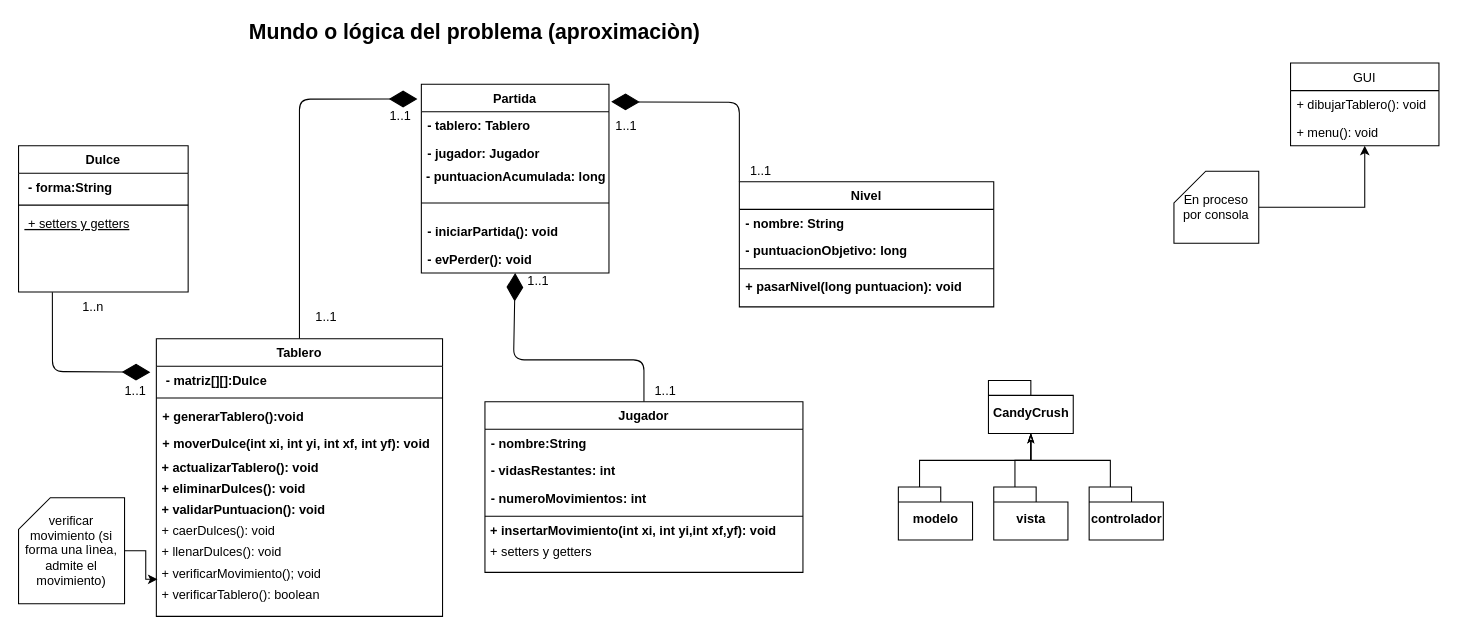
JeanCarlos911/candy-crush keeps this draw.io diagram as Model/CandyCrush.drawio. Above is the earlier version. Source tidied: cells renumbered, new cells numbered last; positions are measured from the earlier drawing's top-left corner, leaving out a move shared by most shapes. Both pictures are drawn from the tidied source at 106%, with x=0, y=0 at pixel (18, 20).
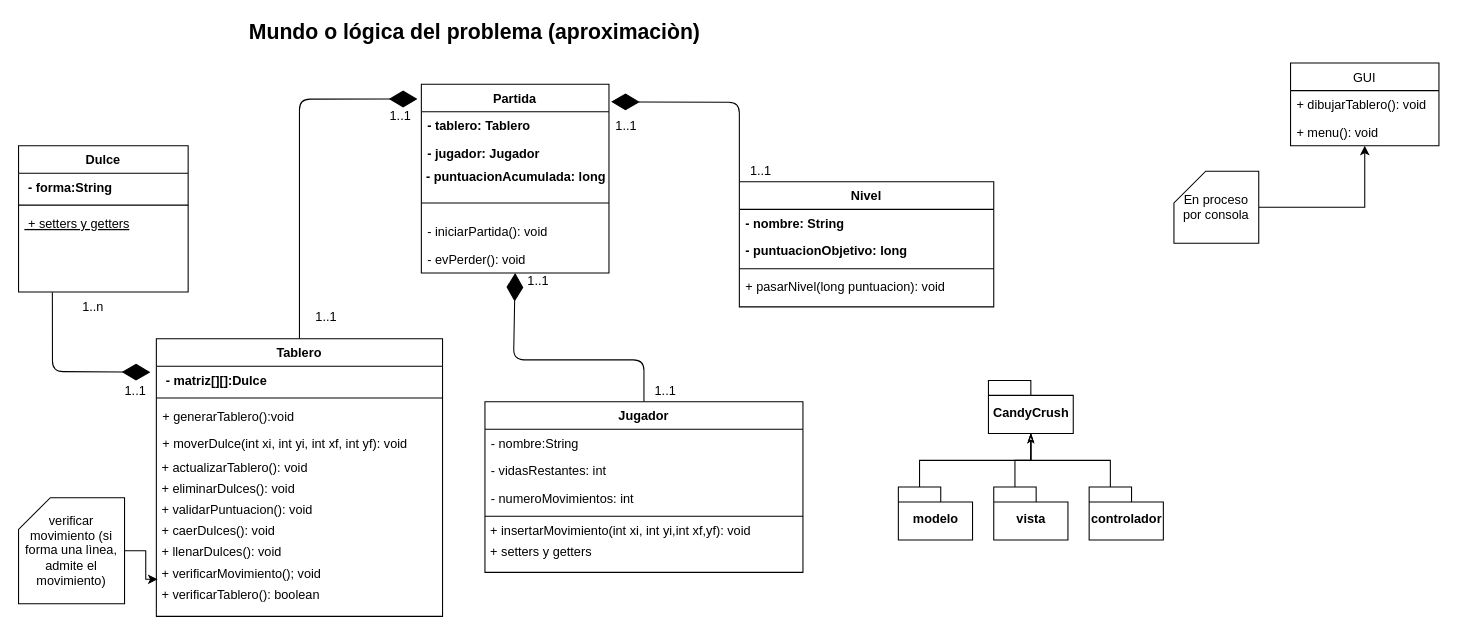
The same diagram, later.

Commit message:
sin negrilla

Unchanged cells that the change refers to:
```xml
<mxCell id="3" value="Partida" style="swimlane;fontStyle=1;align=center;verticalAlign=top;horizontal=1;startSize=26;rounded=0;shadow=0;strokeWidth=1;" parent="1" vertex="1">
  <mxGeometry x="380" y="60" width="177" height="178" as="geometry" />
</mxCell>
<mxCell id="24" value="Tablero&#10;" style="swimlane;fontStyle=1;align=center;verticalAlign=top;horizontal=1;startSize=26;rounded=0;shadow=0;strokeWidth=1;" parent="1" vertex="1">
  <mxGeometry x="130" y="300" width="270" height="262" as="geometry" />
</mxCell>
<mxCell id="36" value="Jugador" style="swimlane;fontStyle=1;align=center;verticalAlign=top;horizontal=1;startSize=26;rounded=0;shadow=0;strokeWidth=1;" parent="1" vertex="1">
  <mxGeometry x="440" y="359.5" width="300" height="161" as="geometry" />
</mxCell>
<mxCell id="59" value="Nivel" style="swimlane;fontStyle=1;align=center;verticalAlign=top;horizontal=1;startSize=26;rounded=0;shadow=0;strokeWidth=1;" parent="1" vertex="1">
  <mxGeometry x="680" y="152" width="240" height="118" as="geometry" />
</mxCell>
```

Change to the diagram source:
```diff
@@
-    <mxCell id="8" value="- iniciarPartida(): void" style="text;align=left;verticalAlign=top;spacingLeft=4;spacingRight=4;overflow=hidden;fontStyle=1;" parent="3" vertex="1">
+    <mxCell id="8" value="- iniciarPartida(): void" style="text;align=left;verticalAlign=top;spacingLeft=4;spacingRight=4;overflow=hidden;fontStyle=0;" parent="3" vertex="1">
       <mxGeometry y="126" width="177" height="26" as="geometry" />
     </mxCell>
-    <mxCell id="9" value="- evPerder(): void" style="text;align=left;verticalAlign=top;spacingLeft=4;spacingRight=4;overflow=hidden;fontStyle=1;" parent="3" vertex="1">
+    <mxCell id="9" value="- evPerder(): void" style="text;align=left;verticalAlign=top;spacingLeft=4;spacingRight=4;overflow=hidden;fontStyle=0;" parent="3" vertex="1">
       <mxGeometry y="152" width="177" height="26" as="geometry" />
     </mxCell>
@@
-    <mxCell id="27" value="+ generarTablero():void" style="text;align=left;verticalAlign=top;spacingLeft=4;spacingRight=4;overflow=hidden;fontStyle=1;" parent="24" vertex="1">
+    <mxCell id="27" value="+ generarTablero():void" style="text;align=left;verticalAlign=top;spacingLeft=4;spacingRight=4;overflow=hidden;fontStyle=0;" parent="24" vertex="1">
       <mxGeometry y="60" width="270" height="26" as="geometry" />
     </mxCell>
-    <mxCell id="28" value="+ moverDulce(int xi, int yi, int xf, int yf): void" style="text;align=left;verticalAlign=top;spacingLeft=4;spacingRight=4;overflow=hidden;fontStyle=1;" parent="24" vertex="1">
+    <mxCell id="28" value="+ moverDulce(int xi, int yi, int xf, int yf): void" style="text;align=left;verticalAlign=top;spacingLeft=4;spacingRight=4;overflow=hidden;fontStyle=0;" parent="24" vertex="1">
       <mxGeometry y="86" width="270" height="26" as="geometry" />
     </mxCell>
-    <mxCell id="29" value="&lt;b&gt;&amp;nbsp;+ actualizarTablero(): void&lt;/b&gt;" style="text;html=1;align=left;verticalAlign=middle;" parent="24" vertex="1">
+    <mxCell id="29" value="&amp;nbsp;+ actualizarTablero(): void" style="text;html=1;align=left;verticalAlign=middle;" parent="24" vertex="1">
       <mxGeometry y="112" width="270" height="20" as="geometry" />
     </mxCell>
-    <mxCell id="30" value="&lt;b&gt;&amp;nbsp;+ eliminarDulces(): void&lt;/b&gt;" style="text;html=1;align=left;verticalAlign=middle;" parent="24" vertex="1">
+    <mxCell id="30" value="&amp;nbsp;+ eliminarDulces(): void" style="text;html=1;align=left;verticalAlign=middle;" parent="24" vertex="1">
       <mxGeometry y="132" width="270" height="20" as="geometry" />
     </mxCell>
-    <mxCell id="31" value="&lt;b&gt;&amp;nbsp;+ validarPuntuacion(): void&lt;/b&gt;" style="text;html=1;align=left;verticalAlign=middle;" parent="24" vertex="1">
+    <mxCell id="31" value="&amp;nbsp;+ validarPuntuacion(): void" style="text;html=1;align=left;verticalAlign=middle;" parent="24" vertex="1">
       <mxGeometry y="152" width="270" height="20" as="geometry" />
     </mxCell>
@@
-    <mxCell id="37" value="- nombre:String" style="text;align=left;verticalAlign=top;spacingLeft=4;spacingRight=4;overflow=hidden;fontStyle=1;" parent="36" vertex="1">
+    <mxCell id="37" value="- nombre:String" style="text;align=left;verticalAlign=top;spacingLeft=4;spacingRight=4;overflow=hidden;fontStyle=0;" parent="36" vertex="1">
       <mxGeometry y="26" width="300" height="26" as="geometry" />
     </mxCell>
-    <mxCell id="38" value="- vidasRestantes: int" style="text;align=left;verticalAlign=top;spacingLeft=4;spacingRight=4;overflow=hidden;rounded=0;shadow=0;html=0;fontStyle=1;" parent="36" vertex="1">
+    <mxCell id="38" value="- vidasRestantes: int" style="text;align=left;verticalAlign=top;spacingLeft=4;spacingRight=4;overflow=hidden;rounded=0;shadow=0;html=0;fontStyle=0;" parent="36" vertex="1">
       <mxGeometry y="52" width="300" height="26" as="geometry" />
     </mxCell>
-    <mxCell id="39" value="- numeroMovimientos: int" style="text;align=left;verticalAlign=top;spacingLeft=4;spacingRight=4;overflow=hidden;rounded=0;shadow=0;html=0;fontStyle=1;" parent="36" vertex="1">
+    <mxCell id="39" value="- numeroMovimientos: int" style="text;align=left;verticalAlign=top;spacingLeft=4;spacingRight=4;overflow=hidden;rounded=0;shadow=0;html=0;fontStyle=0;" parent="36" vertex="1">
       <mxGeometry y="78" width="300" height="26" as="geometry" />
     </mxCell>
@@
-    <mxCell id="41" value="&lt;b&gt;&amp;nbsp;+ insertarMovimiento(int xi, int yi,int xf,yf): void&lt;/b&gt;" style="text;html=1;align=left;verticalAlign=middle;" parent="36" vertex="1">
+    <mxCell id="41" value="&amp;nbsp;+ insertarMovimiento(int xi, int yi,int xf,yf): void" style="text;html=1;align=left;verticalAlign=middle;" parent="36" vertex="1">
       <mxGeometry y="112" width="300" height="20" as="geometry" />
     </mxCell>
@@
-    <mxCell id="63" value="+ pasarNivel(long puntuacion): void" style="text;align=left;verticalAlign=top;spacingLeft=4;spacingRight=4;overflow=hidden;fontStyle=1;" parent="59" vertex="1">
+    <mxCell id="63" value="+ pasarNivel(long puntuacion): void" style="text;align=left;verticalAlign=top;spacingLeft=4;spacingRight=4;overflow=hidden;fontStyle=0;" parent="59" vertex="1">
       <mxGeometry y="86" width="240" height="26" as="geometry" />
     </mxCell>
```
